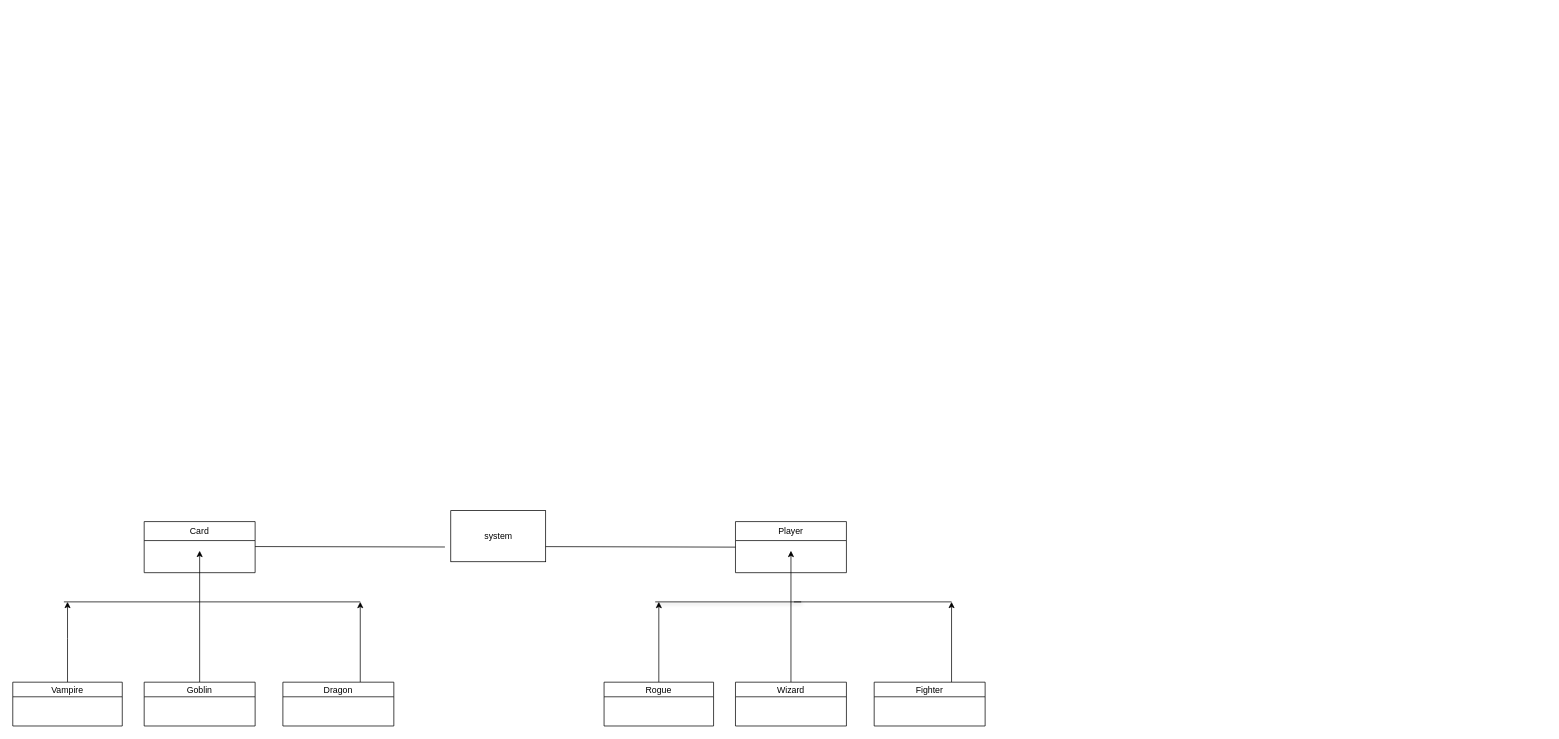
This is Untitled Diagram.drawio from jonahtan1995/ex2, a draw.io file, before an edit. Source tidied: cells renumbered, new cells numbered last; positions are measured from the earlier drawing's top-left corner, leaving out a move shared by most shapes. Both pictures are drawn from the tidied source at 73%, with x=0, y=0 at pixel (12, 510).
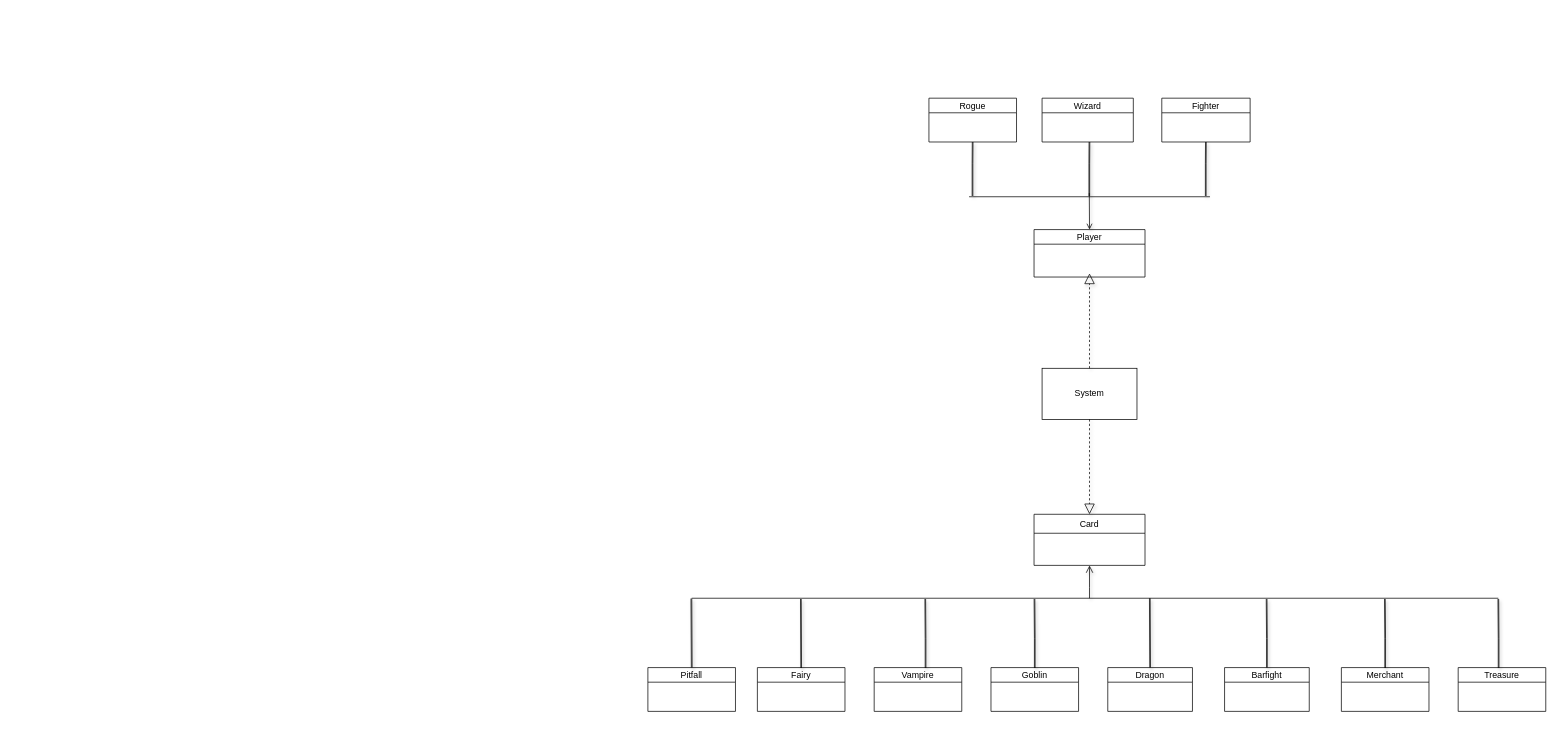
After the change.

The edit, as a diff of the source:
```diff
@@
-    <mxCell id="2" value="Player" style="swimlane;fontStyle=0;align=center;verticalAlign=top;horizontal=1;startSize=26;rounded=0;shadow=0;strokeWidth=1;" parent="1" vertex="1">
-      <mxGeometry x="990" y="15" width="152" height="70" as="geometry" />
-    </mxCell>
-    <mxCell id="3" style="edgeStyle=none;rounded=0;jettySize=auto;html=1;align=center;" parent="1" edge="1" source="4">
-      <mxGeometry relative="1" as="geometry">
-        <mxPoint x="1066" y="55" as="targetPoint" />
-      </mxGeometry>
-    </mxCell>
     <mxCell id="4" value="Wizard" style="swimlane;fontStyle=0;startSize=20;align=center;" parent="1" vertex="1">
-      <mxGeometry x="990" y="235" width="152" height="60" as="geometry" />
+      <mxGeometry x="1410" y="-565" width="125" height="60" as="geometry" />
     </mxCell>
-    <mxCell id="5" value="system" style="html=1;align=center;" parent="1" vertex="1">
-      <mxGeometry x="600" width="130" height="70" as="geometry" />
-    </mxCell>
-    <mxCell id="6" style="edgeStyle=none;rounded=0;jettySize=auto;html=1;align=center;" parent="1" edge="1" source="7">
-      <mxGeometry relative="1" as="geometry">
-        <mxPoint x="885" y="125" as="targetPoint" />
-      </mxGeometry>
-    </mxCell>
     <mxCell id="7" value="Rogue" style="swimlane;fontStyle=0;startSize=20;align=center;" parent="1" vertex="1">
-      <mxGeometry x="810" y="235" width="150" height="60" as="geometry" />
+      <mxGeometry x="1255" y="-565" width="120" height="60" as="geometry" />
     </mxCell>
-    <mxCell id="8" style="edgeStyle=none;rounded=0;orthogonalLoop=1;jettySize=auto;html=1;align=center;" parent="1" edge="1">
-      <mxGeometry relative="1" as="geometry">
-        <mxPoint x="1286" y="235" as="sourcePoint" />
-        <mxPoint x="1286" y="125" as="targetPoint" />
-      </mxGeometry>
-    </mxCell>
     <mxCell id="9" value="Fighter" style="swimlane;fontStyle=0;startSize=20;" parent="1" vertex="1">
-      <mxGeometry x="1180" y="235" width="152" height="60" as="geometry" />
+      <mxGeometry x="1574" y="-565" width="121" height="60" as="geometry" />
     </mxCell>
     <mxCell id="10" style="edgeStyle=none;rounded=0;orthogonalLoop=1;jettySize=auto;html=1;startArrow=none;align=center;" parent="1" edge="1">
       <mxGeometry relative="1" as="geometry">
-        <mxPoint x="1086" y="125" as="sourcePoint" />
-        <mxPoint x="1086" y="125" as="targetPoint" />
+        <mxPoint x="1485" y="-675" as="sourcePoint" />
+        <mxPoint x="1485" y="-675" as="targetPoint" />
       </mxGeometry>
     </mxCell>
-    <mxCell id="11" style="edgeStyle=none;rounded=0;orthogonalLoop=1;jettySize=auto;html=1;endArrow=none;align=center;" parent="1" edge="1">
-      <mxGeometry relative="1" as="geometry">
-        <mxPoint x="1286" y="125" as="sourcePoint" />
-        <mxPoint x="1070" y="125" as="targetPoint" />
-      </mxGeometry>
-    </mxCell>
-    <mxCell id="12" style="edgeStyle=none;rounded=0;orthogonalLoop=1;jettySize=auto;html=1;exitX=0.25;exitY=0;exitDx=0;exitDy=0;align=center;" parent="1" edge="1" source="5" target="5">
-      <mxGeometry relative="1" as="geometry" />
-    </mxCell>
-    <mxCell id="13" style="edgeStyle=none;rounded=0;orthogonalLoop=1;jettySize=auto;html=1;endArrow=none;align=center;shadow=1;" parent="1" edge="1">
-      <mxGeometry relative="1" as="geometry">
-        <mxPoint x="1080" y="125" as="sourcePoint" />
-        <mxPoint x="880" y="125" as="targetPoint" />
-      </mxGeometry>
-    </mxCell>
-    <mxCell id="14" style="edgeStyle=none;rounded=0;orthogonalLoop=1;jettySize=auto;html=1;endArrow=none;align=center;" parent="1" edge="1">
-      <mxGeometry relative="1" as="geometry">
-        <mxPoint x="990" y="50" as="sourcePoint" />
-        <mxPoint x="730" y="49.3" as="targetPoint" />
-      </mxGeometry>
-    </mxCell>
-    <mxCell id="15" style="edgeStyle=none;rounded=0;orthogonalLoop=1;jettySize=auto;html=1;entryX=1;entryY=0.5;entryDx=0;entryDy=0;shadow=1;" parent="1" edge="1">
-      <mxGeometry relative="1" as="geometry">
-        <mxPoint x="320" y="45" as="sourcePoint" />
-        <mxPoint x="320" y="45" as="targetPoint" />
-      </mxGeometry>
-    </mxCell>
-    <mxCell id="16" value="Card" style="swimlane;fontStyle=0;align=center;verticalAlign=top;horizontal=1;startSize=26;rounded=0;shadow=0;strokeWidth=1;" parent="1" vertex="1">
-      <mxGeometry x="180" y="15" width="152" height="70" as="geometry" />
-    </mxCell>
-    <mxCell id="17" style="edgeStyle=none;rounded=0;jettySize=auto;html=1;align=center;" parent="1" edge="1" source="18">
-      <mxGeometry relative="1" as="geometry">
-        <mxPoint x="256" y="55" as="targetPoint" />
-      </mxGeometry>
-    </mxCell>
     <mxCell id="18" value="Goblin" style="swimlane;fontStyle=0;startSize=20;align=center;" parent="1" vertex="1">
-      <mxGeometry x="180" y="235" width="152" height="60" as="geometry" />
+      <mxGeometry x="1340" y="215" width="120" height="60" as="geometry" />
     </mxCell>
-    <mxCell id="19" style="edgeStyle=none;rounded=0;jettySize=auto;html=1;align=center;" parent="1" edge="1" source="20">
-      <mxGeometry relative="1" as="geometry">
-        <mxPoint x="75" y="125" as="targetPoint" />
-        <Array as="points">
-          <mxPoint x="75" y="175" />
-        </Array>
-      </mxGeometry>
-    </mxCell>
     <mxCell id="20" value="Vampire" style="swimlane;fontStyle=0;startSize=20;align=center;" parent="1" vertex="1">
-      <mxGeometry y="235" width="150" height="60" as="geometry" />
+      <mxGeometry x="1180" y="215" width="120" height="60" as="geometry" />
     </mxCell>
-    <mxCell id="21" style="edgeStyle=none;rounded=0;orthogonalLoop=1;jettySize=auto;html=1;align=center;" parent="1" edge="1">
-      <mxGeometry relative="1" as="geometry">
-        <mxPoint x="476" y="235" as="sourcePoint" />
-        <mxPoint x="476" y="125" as="targetPoint" />
-      </mxGeometry>
-    </mxCell>
     <mxCell id="22" value="Dragon" style="swimlane;fontStyle=0;startSize=20;" parent="1" vertex="1">
-      <mxGeometry x="370" y="235" width="152" height="60" as="geometry" />
+      <mxGeometry x="1500" y="215" width="116" height="60" as="geometry" />
     </mxCell>
     <mxCell id="23" style="edgeStyle=none;rounded=0;orthogonalLoop=1;jettySize=auto;html=1;startArrow=none;align=center;" parent="1" edge="1">
       <mxGeometry relative="1" as="geometry">
-        <mxPoint x="276" y="125" as="sourcePoint" />
-        <mxPoint x="276" y="125" as="targetPoint" />
+        <mxPoint x="1490" y="115" as="sourcePoint" />
+        <mxPoint x="1490" y="115" as="targetPoint" />
       </mxGeometry>
     </mxCell>
-    <mxCell id="24" style="edgeStyle=none;rounded=0;orthogonalLoop=1;jettySize=auto;html=1;endArrow=none;align=center;" parent="1" edge="1">
-      <mxGeometry relative="1" as="geometry">
-        <mxPoint x="476" y="125" as="sourcePoint" />
-        <mxPoint x="70" y="125" as="targetPoint" />
-      </mxGeometry>
-    </mxCell>
-    <mxCell id="25" style="edgeStyle=none;rounded=0;orthogonalLoop=1;jettySize=auto;html=1;endArrow=none;align=center;" parent="1" edge="1">
-      <mxGeometry relative="1" as="geometry">
-        <mxPoint x="592" y="49.8" as="sourcePoint" />
-        <mxPoint x="332" y="49.2" as="targetPoint" />
-      </mxGeometry>
-    </mxCell>
+    <mxCell id="26" value="Barfight" style="swimlane;fontStyle=0;startSize=20;" parent="1" vertex="1">
+      <mxGeometry x="1660" y="215" width="116" height="60" as="geometry" />
+    </mxCell>
+    <mxCell id="27" value="Fairy" style="swimlane;fontStyle=0;startSize=20;" parent="1" vertex="1">
+      <mxGeometry x="1020" y="215" width="120" height="60" as="geometry" />
+    </mxCell>
+    <mxCell id="28" value="System" style="rounded=0;whiteSpace=wrap;html=1;" parent="1" vertex="1">
+      <mxGeometry x="1410" y="-195" width="130" height="70" as="geometry" />
+    </mxCell>
+    <mxCell id="2" value="Player" style="swimlane;fontStyle=0;startSize=20;align=center;" parent="1" vertex="1">
+      <mxGeometry x="1399" y="-385" width="152" height="65" as="geometry" />
+    </mxCell>
+    <mxCell id="16" value="Card" style="swimlane;fontStyle=0;align=center;verticalAlign=top;horizontal=1;startSize=26;rounded=0;shadow=0;strokeWidth=1;" parent="1" vertex="1">
+      <mxGeometry x="1399" y="5" width="152" height="70" as="geometry" />
+    </mxCell>
+    <mxCell id="29" style="endArrow=block;dashed=1;endFill=0;endSize=12;html=1;rounded=0;shadow=1;exitX=0.5;exitY=1;exitDx=0;exitDy=0;" parent="1" edge="1" source="28" target="16">
+      <mxGeometry relative="1" as="geometry" />
+    </mxCell>
+    <mxCell id="30" style="shape=line;html=1;strokeWidth=1;strokeColor=#000000;fillColor=#76608a;fontColor=#ffffff;" parent="1" vertex="1">
+      <mxGeometry x="930" y="115" width="1105" height="10" as="geometry" />
+    </mxCell>
+    <mxCell id="31" style="edgeStyle=orthogonalEdgeStyle;html=1;verticalAlign=bottom;endArrow=open;endSize=8;strokeColor=#000000;rounded=0;shadow=1;fillColor=#76608a;entryX=0.5;entryY=1;entryDx=0;entryDy=0;startSize=3;" parent="1" edge="1" target="16">
+      <mxGeometry relative="1" as="geometry">
+        <mxPoint x="1475" y="120" as="sourcePoint" />
+        <Array as="points">
+          <mxPoint x="1475" y="105" />
+          <mxPoint x="1475" y="105" />
+        </Array>
+      </mxGeometry>
+    </mxCell>
+    <mxCell id="32" value="Merchant" style="swimlane;fontStyle=0;startSize=20;" parent="1" vertex="1">
+      <mxGeometry x="1820" y="215" width="120" height="60" as="geometry" />
+    </mxCell>
+    <mxCell id="33" value="Pitfall" style="swimlane;fontStyle=0;startSize=20;" parent="1" vertex="1">
+      <mxGeometry x="870" y="215" width="120" height="60" as="geometry" />
+    </mxCell>
+    <mxCell id="34" value="Treasure" style="swimlane;fontStyle=0;startSize=20;" parent="1" vertex="1">
+      <mxGeometry x="1980" y="215" width="120" height="60" as="geometry" />
+    </mxCell>
+    <mxCell id="35" style="shape=link;rounded=0;orthogonalLoop=1;jettySize=auto;html=1;shadow=1;strokeColor=#000000;entryX=0.013;entryY=0.943;entryDx=0;entryDy=0;entryPerimeter=0;width=1;" parent="1" edge="1">
+      <mxGeometry relative="1" as="geometry">
+        <mxPoint x="1080" y="215.6" as="sourcePoint" />
+        <mxPoint x="1079.6" y="121" as="targetPoint" />
+      </mxGeometry>
+    </mxCell>
+    <mxCell id="36" style="edgeStyle=none;shape=link;rounded=0;orthogonalLoop=1;jettySize=auto;html=1;shadow=1;strokeColor=#000000;entryX=0.013;entryY=0.943;entryDx=0;entryDy=0;entryPerimeter=0;width=1;" parent="1" edge="1">
+      <mxGeometry relative="1" as="geometry">
+        <mxPoint x="1250.4" y="215.6" as="sourcePoint" />
+        <mxPoint x="1250" y="121" as="targetPoint" />
+        <Array as="points">
+          <mxPoint x="1250.4" y="175.6" />
+        </Array>
+      </mxGeometry>
+    </mxCell>
+    <mxCell id="37" style="edgeStyle=none;shape=link;rounded=0;orthogonalLoop=1;jettySize=auto;html=1;shadow=1;strokeColor=#000000;entryX=0.013;entryY=0.943;entryDx=0;entryDy=0;entryPerimeter=0;width=1;" parent="1" edge="1">
+      <mxGeometry relative="1" as="geometry">
+        <mxPoint x="1400" y="215.6" as="sourcePoint" />
+        <mxPoint x="1399.6" y="121" as="targetPoint" />
+        <Array as="points">
+          <mxPoint x="1400" y="175.6" />
+        </Array>
+      </mxGeometry>
+    </mxCell>
+    <mxCell id="38" style="rounded=0;orthogonalLoop=1;jettySize=auto;html=1;shadow=1;strokeColor=#000000;entryX=0.013;entryY=0.943;entryDx=0;entryDy=0;entryPerimeter=0;shape=link;endSize=0;verticalAlign=bottom;width=1;" parent="1" edge="1">
+      <mxGeometry relative="1" as="geometry">
+        <mxPoint x="1558" y="215" as="sourcePoint" />
+        <mxPoint x="1557.6" y="120" as="targetPoint" />
+      </mxGeometry>
+    </mxCell>
+    <mxCell id="39" style="edgeStyle=none;shape=link;rounded=0;orthogonalLoop=1;jettySize=auto;html=1;shadow=1;strokeColor=#000000;entryX=0.013;entryY=0.943;entryDx=0;entryDy=0;entryPerimeter=0;width=1;" parent="1" edge="1">
+      <mxGeometry relative="1" as="geometry">
+        <mxPoint x="1718" y="215" as="sourcePoint" />
+        <mxPoint x="1717.6" y="121" as="targetPoint" />
+        <Array as="points">
+          <mxPoint x="1718" y="175" />
+        </Array>
+      </mxGeometry>
+    </mxCell>
+    <mxCell id="40" style="edgeStyle=none;shape=link;rounded=0;orthogonalLoop=1;jettySize=auto;html=1;shadow=1;strokeColor=#000000;entryX=0.013;entryY=0.943;entryDx=0;entryDy=0;entryPerimeter=0;width=1;" parent="1" edge="1">
+      <mxGeometry relative="1" as="geometry">
+        <mxPoint x="1880" y="215.6" as="sourcePoint" />
+        <mxPoint x="1879.6" y="121" as="targetPoint" />
+        <Array as="points">
+          <mxPoint x="1880" y="175.6" />
+        </Array>
+      </mxGeometry>
+    </mxCell>
+    <mxCell id="41" style="edgeStyle=none;shape=link;rounded=0;orthogonalLoop=1;jettySize=auto;html=1;shadow=1;strokeColor=#000000;entryX=0.013;entryY=0.943;entryDx=0;entryDy=0;entryPerimeter=0;width=1;" parent="1" edge="1">
+      <mxGeometry relative="1" as="geometry">
+        <mxPoint x="2035.4" y="215.6" as="sourcePoint" />
+        <mxPoint x="2035" y="121" as="targetPoint" />
+        <Array as="points">
+          <mxPoint x="2035.4" y="175.6" />
+        </Array>
+      </mxGeometry>
+    </mxCell>
+    <mxCell id="42" style="shape=link;rounded=0;orthogonalLoop=1;jettySize=auto;html=1;shadow=1;strokeColor=#000000;entryX=0.013;entryY=0.943;entryDx=0;entryDy=0;entryPerimeter=0;width=-1.1111111111111125;" parent="1" edge="1">
+      <mxGeometry relative="1" as="geometry">
+        <mxPoint x="930.1" y="215" as="sourcePoint" />
+        <mxPoint x="929.6" y="120.4" as="targetPoint" />
+      </mxGeometry>
+    </mxCell>
+    <mxCell id="43" style="shape=line;html=1;strokeWidth=1;strokeColor=#000000;" parent="1" vertex="1">
+      <mxGeometry x="1310" y="-435" width="330" height="10" as="geometry" />
+    </mxCell>
+    <mxCell id="44" style="edgeStyle=none;rounded=0;orthogonalLoop=1;jettySize=auto;html=1;shadow=1;strokeColor=#000000;shape=link;width=1;" parent="1" edge="1">
+      <mxGeometry relative="1" as="geometry">
+        <mxPoint x="1474.9" y="-505" as="sourcePoint" />
+        <mxPoint x="1474.7" y="-431" as="targetPoint" />
+        <Array as="points">
+          <mxPoint x="1474.7" y="-475" />
+        </Array>
+      </mxGeometry>
+    </mxCell>
+    <mxCell id="45" style="edgeStyle=none;rounded=0;orthogonalLoop=1;jettySize=auto;html=1;shadow=1;strokeColor=#000000;shape=link;width=1;" parent="1" edge="1">
+      <mxGeometry relative="1" as="geometry">
+        <mxPoint x="1314.9" y="-505" as="sourcePoint" />
+        <mxPoint x="1314.7" y="-431" as="targetPoint" />
+        <Array as="points">
+          <mxPoint x="1314.7" y="-475" />
+        </Array>
+      </mxGeometry>
+    </mxCell>
+    <mxCell id="46" style="endArrow=block;dashed=1;endFill=0;endSize=12;html=1;rounded=0;shadow=1;exitX=0.5;exitY=0;exitDx=0;exitDy=0;" parent="1" edge="1" source="28">
+      <mxGeometry relative="1" as="geometry">
+        <mxPoint x="1475" y="-325" as="targetPoint" />
+      </mxGeometry>
+    </mxCell>
+    <mxCell id="47" style="edgeStyle=none;rounded=0;orthogonalLoop=1;jettySize=auto;html=1;shadow=1;strokeColor=#000000;shape=link;width=1;" parent="1" edge="1">
+      <mxGeometry relative="1" as="geometry">
+        <mxPoint x="1634.4" y="-505" as="sourcePoint" />
+        <mxPoint x="1634.2" y="-431" as="targetPoint" />
+        <Array as="points">
+          <mxPoint x="1634.2" y="-475" />
+        </Array>
+      </mxGeometry>
+    </mxCell>
+    <mxCell id="48" style="endArrow=open;endFill=1;html=1;rounded=0;shadow=1;strokeColor=#000000;entryX=0.5;entryY=0;entryDx=0;entryDy=0;strokeWidth=1;" parent="1" edge="1" target="2">
+      <mxGeometry relative="1" as="geometry">
+        <mxPoint x="1474.7" y="-435" as="sourcePoint" />
+      </mxGeometry>
+    </mxCell>
```
